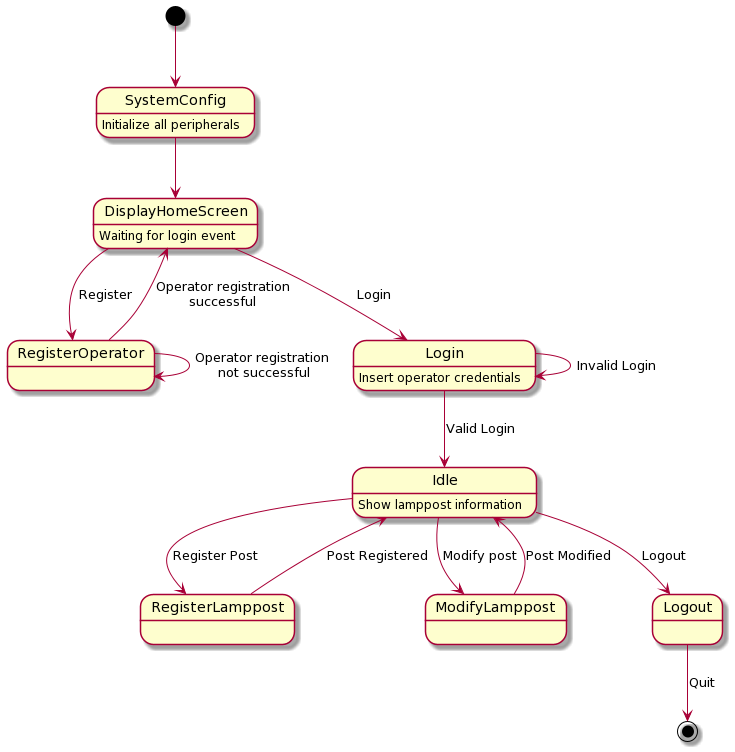
The PlantUML diagram project/report/images/06remote_system/AppSystem_StateChart.png in ESRGgroup9/slipad, before a commit. Source of this version:
```plantuml
@startuml
[*] --> SystemConfig

SystemConfig -down-> DisplayHomeScreen

DisplayHomeScreen --> RegisterOperator : Register
RegisterOperator --> DisplayHomeScreen : Operator registration\nsuccessful
RegisterOperator --> RegisterOperator : Operator registration\n not successful

Idle --> RegisterLamppost : Register Post
RegisterLamppost -->  Idle : Post Registered

Idle --> ModifyLamppost : Modify post
ModifyLamppost --> Idle : Post Modified

DisplayHomeScreen --> Login : Login
Login --> Login : Invalid Login
Login --> Idle : Valid Login

Idle --> Logout : Logout
Logout --> [*] : Quit

SystemConfig : Initialize all peripherals
DisplayHomeScreen : Waiting for login event
Login : Insert operator credentials
Idle : Show lamppost information
@enduml
```
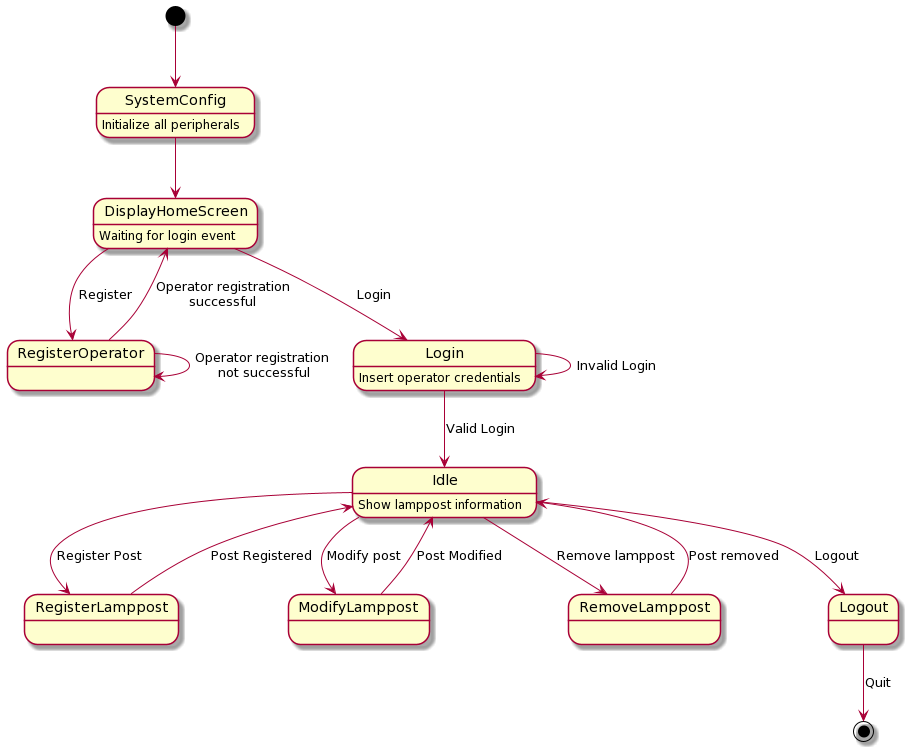
Above is the later version.

Diff of the diagram source:
```diff
@@ -17,6 +17,9 @@
 Login --> Login : Invalid Login
 Login --> Idle : Valid Login
 
+Idle --> RemoveLamppost : Remove lamppost
+RemoveLamppost --> Idle : Post removed
+
 Idle --> Logout : Logout
 Logout --> [*] : Quit
 
```
